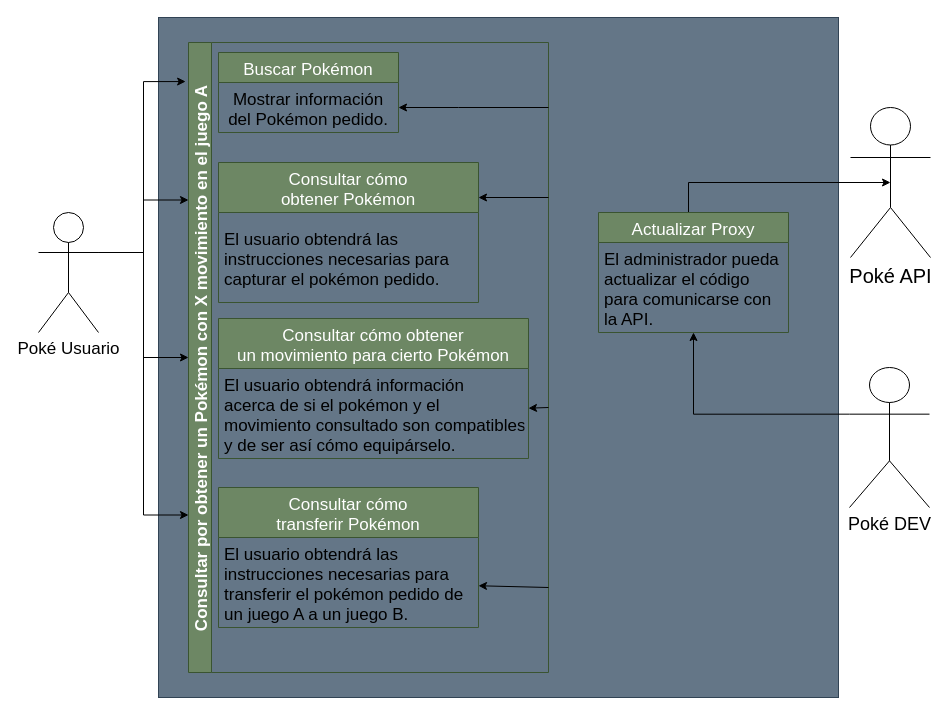
Before: page "Diagrama de Uso" (2 of 2) of Bases_Proyecto/Diagramas Proyecto.drawio in DCC-CC4401/PokeWaze, a draw.io diagram. Source tidied: cells renumbered, new cells numbered last; positions are measured from the earlier drawing's top-left corner, leaving out a move shared by most shapes. Both pictures are drawn from the tidied source at 100%, with x=0, y=0 at pixel (38, 17).
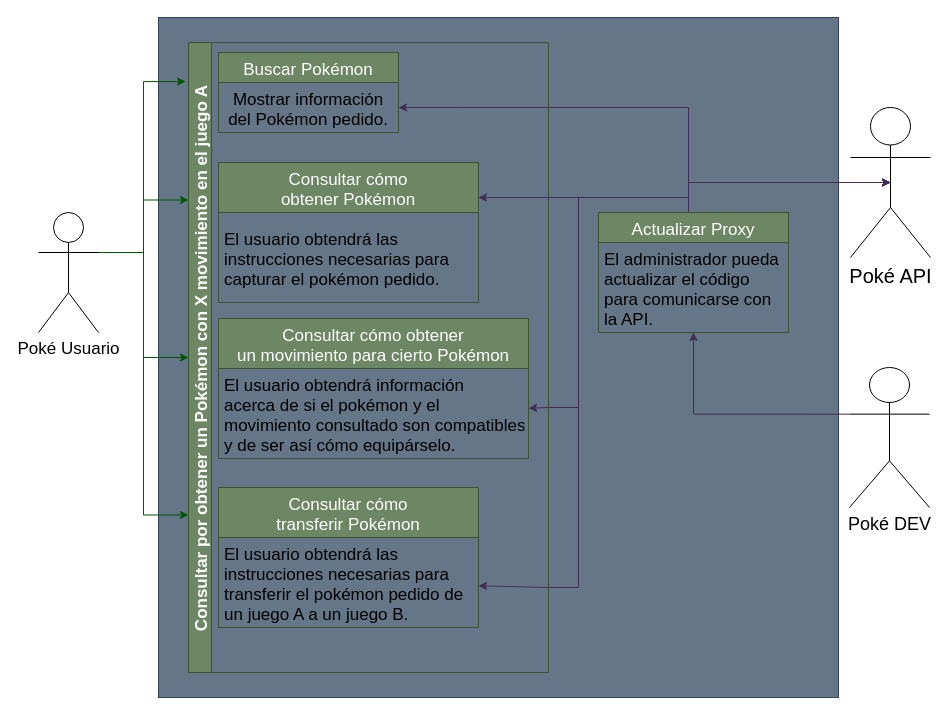
Above is the later version.

The change refers to these unchanged cells:
```xml
<mxCell id="7" value="&lt;font style=&quot;font-size: 17px;&quot;&gt;Poké Usuario&lt;/font&gt;" style="shape=umlActor;verticalLabelPosition=bottom;verticalAlign=top;html=1;outlineConnect=0;" parent="1" vertex="1">
  <mxGeometry y="195" width="60" height="120" as="geometry" />
</mxCell>
<mxCell id="8" value="&lt;font style=&quot;font-size: 20px;&quot;&gt;Poké API&lt;/font&gt;" style="shape=umlActor;verticalLabelPosition=bottom;verticalAlign=top;html=1;outlineConnect=0;" parent="1" vertex="1">
  <mxGeometry x="812" y="90" width="80" height="150" as="geometry" />
</mxCell>
<mxCell id="10" value="&lt;font style=&quot;font-size: 18px;&quot;&gt;Poké DEV&lt;/font&gt;" style="shape=umlActor;verticalLabelPosition=bottom;verticalAlign=top;html=1;outlineConnect=0;" parent="1" vertex="1">
  <mxGeometry x="811" y="350" width="80" height="140" as="geometry" />
</mxCell>
<mxCell id="12" value="Actualizar Proxy" style="swimlane;fontStyle=0;horizontal=1;startSize=30;fontSize=17;fillColor=#6d8764;fontColor=#ffffff;strokeColor=#3A5431;" parent="1" vertex="1">
  <mxGeometry x="560" y="195" width="190" height="120" as="geometry" />
</mxCell>
<mxCell id="14" value="Consultar por obtener un Pokémon con X movimiento en el juego A" style="swimlane;horizontal=0;fontSize=17;fillColor=#6d8764;fontColor=#ffffff;strokeColor=#3A5431;" parent="1" vertex="1">
  <mxGeometry x="150" y="25" width="360" height="630" as="geometry" />
</mxCell>
<mxCell id="16" value="Mostrar información&#10;del Pokémon pedido." style="text;strokeColor=none;fillColor=none;align=center;verticalAlign=middle;spacingLeft=4;spacingRight=4;overflow=hidden;points=[[0,0.5],[1,0.5]];portConstraint=eastwest;fontSize=17;" parent="15" vertex="1">
  <mxGeometry y="30" width="180" height="50" as="geometry" />
</mxCell>
<mxCell id="17" value="Consultar cómo &#10;obtener Pokémon" style="swimlane;fontStyle=0;horizontal=1;startSize=50;fontSize=17;fillColor=#6d8764;fontColor=#ffffff;strokeColor=#3A5431;" parent="14" vertex="1">
  <mxGeometry x="30" y="120" width="260" height="140" as="geometry" />
</mxCell>
<mxCell id="20" value="El usuario obtendrá información&#10;acerca de si el pokémon y el &#10;movimiento consultado son compatibles&#10;y de ser así cómo equipárselo." style="text;strokeColor=none;fillColor=none;align=left;verticalAlign=middle;spacingLeft=4;spacingRight=4;overflow=hidden;points=[[0,0.5],[1,0.5]];portConstraint=eastwest;fontSize=17;" parent="19" vertex="1">
  <mxGeometry y="50" width="310" height="90" as="geometry" />
</mxCell>
<mxCell id="22" value="El usuario obtendrá las &#10;instrucciones necesarias para &#10;transferir el pokémon pedido de &#10;un juego A a un juego B." style="text;strokeColor=none;fillColor=none;align=left;verticalAlign=middle;spacingLeft=4;spacingRight=4;overflow=hidden;points=[[0,0.5],[1,0.5]];portConstraint=eastwest;fontSize=17;" parent="21" vertex="1">
  <mxGeometry y="50" width="260" height="90" as="geometry" />
</mxCell>
```

What changed in the source:
```diff
@@
-    <mxCell id="3" style="edgeStyle=orthogonalEdgeStyle;rounded=0;jettySize=auto;html=1;exitX=1;exitY=0.3333333333333333;exitDx=0;exitDy=0;exitPerimeter=0;entryX=0;entryY=0.5;entryDx=0;entryDy=0;fontSize=17;" parent="1" edge="1" source="7" target="14">
+    <mxCell id="3" style="edgeStyle=orthogonalEdgeStyle;rounded=0;jettySize=auto;html=1;exitX=1;exitY=0.3333333333333333;exitDx=0;exitDy=0;exitPerimeter=0;entryX=0;entryY=0.5;entryDx=0;entryDy=0;fontSize=17;fillColor=#008a00;strokeColor=#005700;" parent="1" edge="1" source="7" target="14">
       <mxGeometry relative="1" as="geometry" />
     </mxCell>
-    <mxCell id="4" style="edgeStyle=orthogonalEdgeStyle;rounded=0;jettySize=auto;html=1;exitX=1;exitY=0.3333333333333333;exitDx=0;exitDy=0;exitPerimeter=0;entryX=-0.008;entryY=0.062;entryDx=0;entryDy=0;entryPerimeter=0;fontSize=17;" parent="1" edge="1" source="7" target="14">
+    <mxCell id="4" style="edgeStyle=orthogonalEdgeStyle;rounded=0;jettySize=auto;html=1;exitX=1;exitY=0.3333333333333333;exitDx=0;exitDy=0;exitPerimeter=0;entryX=-0.008;entryY=0.062;entryDx=0;entryDy=0;entryPerimeter=0;fontSize=17;fillColor=#008a00;strokeColor=#005700;" parent="1" edge="1" source="7" target="14">
       <mxGeometry relative="1" as="geometry" />
     </mxCell>
-    <mxCell id="5" style="edgeStyle=orthogonalEdgeStyle;rounded=0;jettySize=auto;html=1;exitX=1;exitY=0.3333333333333333;exitDx=0;exitDy=0;exitPerimeter=0;entryX=0;entryY=0.25;entryDx=0;entryDy=0;fontSize=17;" parent="1" edge="1" source="7" target="14">
+    <mxCell id="5" style="edgeStyle=orthogonalEdgeStyle;rounded=0;jettySize=auto;html=1;exitX=1;exitY=0.3333333333333333;exitDx=0;exitDy=0;exitPerimeter=0;entryX=0;entryY=0.25;entryDx=0;entryDy=0;fontSize=17;fillColor=#008a00;strokeColor=#005700;" parent="1" edge="1" source="7" target="14">
       <mxGeometry relative="1" as="geometry" />
     </mxCell>
-    <mxCell id="6" style="edgeStyle=orthogonalEdgeStyle;rounded=0;jettySize=auto;html=1;exitX=1;exitY=0.3333333333333333;exitDx=0;exitDy=0;exitPerimeter=0;entryX=0;entryY=0.75;entryDx=0;entryDy=0;fontSize=17;" parent="1" edge="1" source="7" target="14">
+    <mxCell id="6" style="edgeStyle=orthogonalEdgeStyle;rounded=0;jettySize=auto;html=1;exitX=1;exitY=0.3333333333333333;exitDx=0;exitDy=0;exitPerimeter=0;entryX=0;entryY=0.75;entryDx=0;entryDy=0;fontSize=17;fillColor=#008a00;strokeColor=#005700;" parent="1" edge="1" source="7" target="14">
       <mxGeometry relative="1" as="geometry" />
     </mxCell>
@@
-    <mxCell id="9" style="edgeStyle=orthogonalEdgeStyle;rounded=0;jettySize=auto;html=1;exitX=0;exitY=0.3333333333333333;exitDx=0;exitDy=0;exitPerimeter=0;fontSize=17;entryX=0.5;entryY=1;entryDx=0;entryDy=0;" parent="1" edge="1" source="10" target="12">
+    <mxCell id="9" style="edgeStyle=orthogonalEdgeStyle;rounded=0;jettySize=auto;html=1;exitX=0;exitY=0.3333333333333333;exitDx=0;exitDy=0;exitPerimeter=0;fontSize=17;entryX=0.5;entryY=1;entryDx=0;entryDy=0;fillColor=#76608a;strokeColor=#432D57;" parent="1" edge="1" source="10" target="12">
       <mxGeometry relative="1" as="geometry" />
     </mxCell>
@@
-    <mxCell id="11" style="edgeStyle=orthogonalEdgeStyle;rounded=0;jettySize=auto;html=1;entryX=0.5;entryY=0.5;entryDx=0;entryDy=0;entryPerimeter=0;fontSize=17;" parent="1" edge="1" source="12" target="8">
+    <mxCell id="11" style="edgeStyle=orthogonalEdgeStyle;rounded=0;jettySize=auto;html=1;entryX=0.5;entryY=0.5;entryDx=0;entryDy=0;entryPerimeter=0;fontSize=17;fillColor=#76608a;strokeColor=#432D57;" parent="1" edge="1" source="12" target="8">
       <mxGeometry relative="1" as="geometry">
         <Array as="points">
           <mxPoint x="650" y="165" />
         </Array>
       </mxGeometry>
     </mxCell>
@@
-    <mxCell id="23" style="edgeStyle=orthogonalEdgeStyle;rounded=0;jettySize=auto;html=1;entryX=1;entryY=0.5;entryDx=0;entryDy=0;fontSize=17;" parent="14" edge="1" target="16">
+    <mxCell id="23" style="edgeStyle=orthogonalEdgeStyle;rounded=0;jettySize=auto;html=1;entryX=1;entryY=0.5;entryDx=0;entryDy=0;fontSize=17;fillColor=#76608a;strokeColor=#432D57;" parent="14" edge="1" target="16">
       <mxGeometry relative="1" as="geometry">
         <mxPoint x="360" y="65" as="sourcePoint" />
         <Array as="points">
           <mxPoint x="270" y="65" />
         </Array>
       </mxGeometry>
     </mxCell>
-    <mxCell id="24" style="endArrow=classic;html=1;rounded=0;fontSize=17;entryX=1;entryY=0.25;entryDx=0;entryDy=0;" parent="14" edge="1" target="17">
+    <mxCell id="24" style="endArrow=classic;html=1;rounded=0;fontSize=17;entryX=1;entryY=0.25;entryDx=0;entryDy=0;fillColor=#76608a;strokeColor=#432D57;" parent="14" edge="1" target="17">
       <mxGeometry relative="1" as="geometry">
         <mxPoint x="360" y="155" as="sourcePoint" />
       </mxGeometry>
     </mxCell>
-    <mxCell id="25" style="endArrow=classic;html=1;rounded=0;fontSize=17;" parent="1" edge="1" target="20">
+    <mxCell id="25" style="endArrow=classic;html=1;rounded=0;fontSize=17;fillColor=#76608a;strokeColor=#432D57;" parent="1" edge="1" target="20">
       <mxGeometry relative="1" as="geometry">
         <mxPoint x="510" y="390" as="sourcePoint" />
       </mxGeometry>
     </mxCell>
-    <mxCell id="26" style="endArrow=classic;html=1;rounded=0;fontSize=17;" parent="1" edge="1" target="22">
+    <mxCell id="26" style="endArrow=classic;html=1;rounded=0;fontSize=17;fillColor=#76608a;strokeColor=#432D57;" parent="1" edge="1" target="22">
       <mxGeometry relative="1" as="geometry">
         <mxPoint x="510" y="570" as="sourcePoint" />
       </mxGeometry>
     </mxCell>
+    <mxCell id="27" style="endArrow=classic;html=1;rounded=0;fontSize=17;entryX=0.5;entryY=0.5;entryDx=0;entryDy=0;entryPerimeter=0;edgeStyle=orthogonalEdgeStyle;fillColor=#76608a;strokeColor=#432D57;" parent="1" edge="1" target="8">
+      <mxGeometry relative="1" as="geometry">
+        <mxPoint x="510" y="90" as="sourcePoint" />
+        <Array as="points">
+          <mxPoint x="650" y="90" />
+          <mxPoint x="650" y="165" />
+        </Array>
+      </mxGeometry>
+    </mxCell>
+    <mxCell id="28" style="endArrow=classic;html=1;rounded=0;fontSize=17;entryX=0.5;entryY=0.5;entryDx=0;entryDy=0;entryPerimeter=0;exitX=1;exitY=0.25;exitDx=0;exitDy=0;edgeStyle=orthogonalEdgeStyle;fillColor=#76608a;strokeColor=#432D57;" parent="1" edge="1" source="14" target="8">
+      <mxGeometry relative="1" as="geometry">
+        <Array as="points">
+          <mxPoint x="510" y="180" />
+          <mxPoint x="650" y="180" />
+          <mxPoint x="650" y="165" />
+        </Array>
+      </mxGeometry>
+    </mxCell>
+    <mxCell id="29" style="endArrow=classic;html=1;rounded=0;fontSize=17;entryX=0.5;entryY=0.5;entryDx=0;entryDy=0;entryPerimeter=0;edgeStyle=orthogonalEdgeStyle;fillColor=#76608a;strokeColor=#432D57;" parent="1" edge="1" target="8">
+      <mxGeometry relative="1" as="geometry">
+        <mxPoint x="510" y="390" as="sourcePoint" />
+        <Array as="points">
+          <mxPoint x="540" y="390" />
+          <mxPoint x="540" y="180" />
+          <mxPoint x="650" y="180" />
+          <mxPoint x="650" y="165" />
+        </Array>
+      </mxGeometry>
+    </mxCell>
+    <mxCell id="30" style="endArrow=classic;html=1;rounded=0;fontSize=17;entryX=0.5;entryY=0.5;entryDx=0;entryDy=0;entryPerimeter=0;edgeStyle=orthogonalEdgeStyle;fillColor=#76608a;strokeColor=#432D57;" parent="1" edge="1" target="8">
+      <mxGeometry relative="1" as="geometry">
+        <mxPoint x="510" y="570" as="sourcePoint" />
+        <Array as="points">
+          <mxPoint x="540" y="570" />
+          <mxPoint x="540" y="180" />
+          <mxPoint x="650" y="180" />
+          <mxPoint x="650" y="165" />
+        </Array>
+      </mxGeometry>
+    </mxCell>
```
